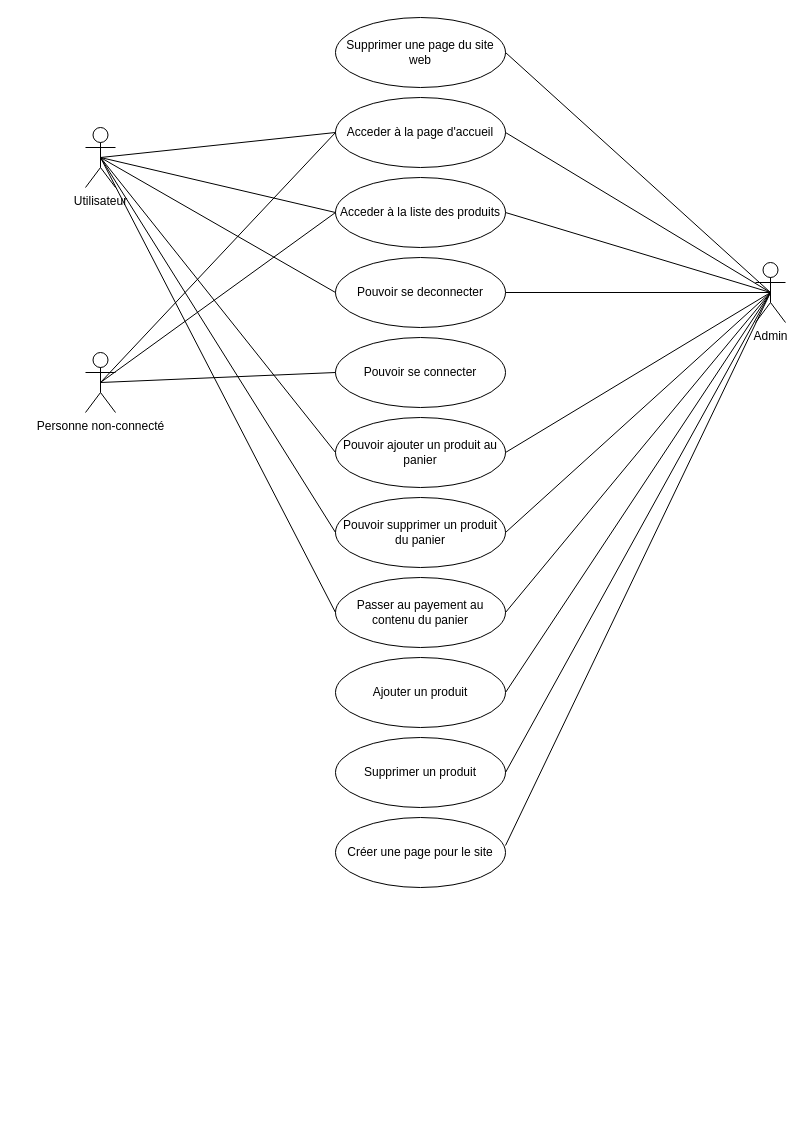
The draw.io diagram Documentation/Annexe/Usecase.drawio in AlexMargotCPNV/Mouse-to-House-BDD, before the edit. Source tidied: cells renumbered, new cells numbered last; positions are measured from the earlier drawing's top-left corner, leaving out a move shared by most shapes. Both pictures are drawn from the tidied source at 100%, with x=0, y=0 at pixel (85, 17).
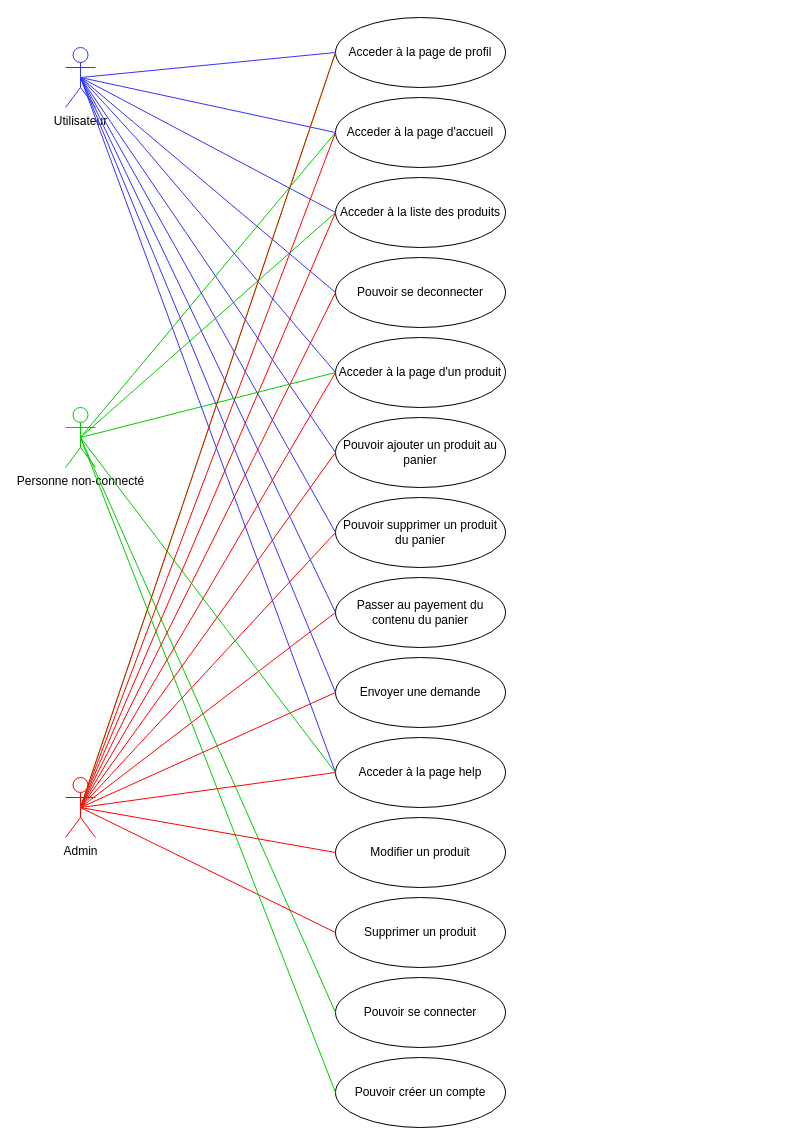
After the change.

The change refers to these unchanged cells:
```xml
<mxCell id="3" value="Acceder à la page d'accueil" style="ellipse;whiteSpace=wrap;html=1;" parent="1" vertex="1">
  <mxGeometry x="250" y="80" width="170" height="70" as="geometry" />
</mxCell>
<mxCell id="4" value="Acceder à la liste des produits" style="ellipse;whiteSpace=wrap;html=1;" parent="1" vertex="1">
  <mxGeometry x="250" y="160" width="170" height="70" as="geometry" />
</mxCell>
<mxCell id="5" value="Pouvoir se deconnecter" style="ellipse;whiteSpace=wrap;html=1;" parent="1" vertex="1">
  <mxGeometry x="250" y="240" width="170" height="70" as="geometry" />
</mxCell>
<mxCell id="18" value="Pouvoir ajouter un produit au panier" style="ellipse;whiteSpace=wrap;html=1;" parent="1" vertex="1">
  <mxGeometry x="250" y="400" width="170" height="70" as="geometry" />
</mxCell>
<mxCell id="19" value="Pouvoir supprimer un produit du panier" style="ellipse;whiteSpace=wrap;html=1;" parent="1" vertex="1">
  <mxGeometry x="250" y="480" width="170" height="70" as="geometry" />
</mxCell>
```

What changed in the source:
```diff
@@
-    <mxCell id="2" value="Utilisateur" style="shape=umlActor;verticalLabelPosition=bottom;verticalAlign=top;html=1;outlineConnect=0;" parent="1" vertex="1">
-      <mxGeometry y="110" width="30" height="60" as="geometry" />
+    <mxCell id="2" value="Utilisateur" style="shape=umlActor;verticalLabelPosition=bottom;verticalAlign=top;html=1;outlineConnect=0;fillColor=#FFFFFF;strokeColor=#3333FF;" parent="1" vertex="1">
+      <mxGeometry x="-20" y="30" width="30" height="60" as="geometry" />
     </mxCell>
@@
-    <mxCell id="6" style="endArrow=none;html=1;rounded=0;entryX=0;entryY=0.5;entryDx=0;entryDy=0;exitX=0.5;exitY=0.5;exitDx=0;exitDy=0;exitPerimeter=0;" parent="1" edge="1" source="2" target="3">
+    <mxCell id="6" style="endArrow=none;html=1;rounded=0;entryX=0;entryY=0.5;entryDx=0;entryDy=0;exitX=0.5;exitY=0.5;exitDx=0;exitDy=0;exitPerimeter=0;fillColor=#f8cecc;strokeColor=#3333FF;" parent="1" edge="1" source="2" target="3">
       <mxGeometry relative="1" as="geometry" />
     </mxCell>
-    <mxCell id="7" style="endArrow=none;html=1;rounded=0;entryX=0;entryY=0.5;entryDx=0;entryDy=0;exitX=0.5;exitY=0.5;exitDx=0;exitDy=0;exitPerimeter=0;" parent="1" edge="1" source="2" target="4">
+    <mxCell id="7" style="endArrow=none;html=1;rounded=0;entryX=0;entryY=0.5;entryDx=0;entryDy=0;exitX=0.5;exitY=0.5;exitDx=0;exitDy=0;exitPerimeter=0;fillColor=#f8cecc;strokeColor=#3333FF;" parent="1" edge="1" source="2" target="4">
       <mxGeometry relative="1" as="geometry" />
     </mxCell>
-    <mxCell id="8" style="endArrow=none;html=1;rounded=0;exitX=0;exitY=0.5;exitDx=0;exitDy=0;entryX=0.5;entryY=0.5;entryDx=0;entryDy=0;entryPerimeter=0;" parent="1" edge="1" source="5" target="2">
+    <mxCell id="8" style="endArrow=none;html=1;rounded=0;exitX=0;exitY=0.5;exitDx=0;exitDy=0;entryX=0.5;entryY=0.5;entryDx=0;entryDy=0;entryPerimeter=0;fillColor=#f8cecc;strokeColor=#3333FF;" parent="1" edge="1" source="5" target="2">
       <mxGeometry relative="1" as="geometry" />
     </mxCell>
-    <mxCell id="9" value="Personne non-connecté" style="shape=umlActor;verticalLabelPosition=bottom;verticalAlign=top;html=1;outlineConnect=0;" parent="1" vertex="1">
-      <mxGeometry y="335" width="30" height="60" as="geometry" />
+    <mxCell id="9" value="Personne non-connecté" style="shape=umlActor;verticalLabelPosition=bottom;verticalAlign=top;html=1;outlineConnect=0;strokeColor=#00CC00;" parent="1" vertex="1">
+      <mxGeometry x="-20" y="390" width="30" height="60" as="geometry" />
     </mxCell>
     <mxCell id="10" value="Pouvoir se connecter" style="ellipse;whiteSpace=wrap;html=1;" parent="1" vertex="1">
-      <mxGeometry x="250" y="320" width="170" height="70" as="geometry" />
+      <mxGeometry x="250" y="960" width="170" height="70" as="geometry" />
     </mxCell>
-    <mxCell id="11" style="endArrow=none;html=1;rounded=0;entryX=0;entryY=0.5;entryDx=0;entryDy=0;exitX=0.5;exitY=0.5;exitDx=0;exitDy=0;exitPerimeter=0;" parent="1" edge="1" source="9" target="3">
+    <mxCell id="11" style="endArrow=none;html=1;rounded=0;entryX=0;entryY=0.5;entryDx=0;entryDy=0;exitX=0.5;exitY=0.5;exitDx=0;exitDy=0;exitPerimeter=0;fillColor=#ffe6cc;strokeColor=#00CC00;" parent="1" edge="1" source="9" target="3">
       <mxGeometry relative="1" as="geometry" />
     </mxCell>
-    <mxCell id="12" style="endArrow=none;html=1;rounded=0;entryX=0;entryY=0.5;entryDx=0;entryDy=0;exitX=0.5;exitY=0.5;exitDx=0;exitDy=0;exitPerimeter=0;" parent="1" edge="1" source="9" target="4">
+    <mxCell id="12" style="endArrow=none;html=1;rounded=0;entryX=0;entryY=0.5;entryDx=0;entryDy=0;exitX=0.5;exitY=0.5;exitDx=0;exitDy=0;exitPerimeter=0;fillColor=#ffe6cc;strokeColor=#00CC00;" parent="1" edge="1" source="9" target="4">
       <mxGeometry relative="1" as="geometry" />
     </mxCell>
-    <mxCell id="13" style="endArrow=none;html=1;rounded=0;entryX=0;entryY=0.5;entryDx=0;entryDy=0;exitX=0.5;exitY=0.5;exitDx=0;exitDy=0;exitPerimeter=0;" parent="1" edge="1" source="9" target="10">
+    <mxCell id="13" style="endArrow=none;html=1;rounded=0;exitX=0.5;exitY=0.5;exitDx=0;exitDy=0;exitPerimeter=0;entryX=0;entryY=0.5;entryDx=0;entryDy=0;fillColor=#ffe6cc;strokeColor=#00CC00;" parent="1" edge="1" source="9" target="10">
       <mxGeometry relative="1" as="geometry" />
     </mxCell>
-    <mxCell id="14" value="Admin" style="shape=umlActor;verticalLabelPosition=bottom;verticalAlign=top;html=1;outlineConnect=0;" parent="1" vertex="1">
-      <mxGeometry x="670" y="245" width="30" height="60" as="geometry" />
+    <mxCell id="14" value="Admin" style="shape=umlActor;verticalLabelPosition=bottom;verticalAlign=top;html=1;outlineConnect=0;strokeColor=#FF0000;" parent="1" vertex="1">
+      <mxGeometry x="-20" y="760" width="30" height="60" as="geometry" />
     </mxCell>
-    <mxCell id="15" style="endArrow=none;html=1;rounded=0;entryX=1;entryY=0.5;entryDx=0;entryDy=0;exitX=0.5;exitY=0.5;exitDx=0;exitDy=0;exitPerimeter=0;" parent="1" edge="1" source="14" target="3">
-      <mxGeometry relative="1" as="geometry" />
+    <mxCell id="15" style="endArrow=none;html=1;rounded=0;exitX=0.5;exitY=0.5;exitDx=0;exitDy=0;exitPerimeter=0;strokeColor=#FF0000;" parent="1" edge="1" source="14">
+      <mxGeometry relative="1" as="geometry">
+        <mxPoint x="250" y="115" as="targetPoint" />
+      </mxGeometry>
     </mxCell>
-    <mxCell id="16" style="endArrow=none;html=1;rounded=0;exitX=1;exitY=0.5;exitDx=0;exitDy=0;entryX=0.5;entryY=0.5;entryDx=0;entryDy=0;entryPerimeter=0;" parent="1" edge="1" source="4" target="14">
+    <mxCell id="16" style="endArrow=none;html=1;rounded=0;exitX=0;exitY=0.5;exitDx=0;exitDy=0;entryX=0.5;entryY=0.5;entryDx=0;entryDy=0;entryPerimeter=0;strokeColor=#FF0000;" parent="1" edge="1" source="4" target="14">
       <mxGeometry relative="1" as="geometry" />
     </mxCell>
-    <mxCell id="17" style="endArrow=none;html=1;rounded=0;exitX=1;exitY=0.5;exitDx=0;exitDy=0;entryX=0.5;entryY=0.5;entryDx=0;entryDy=0;entryPerimeter=0;" parent="1" edge="1" source="5" target="14">
+    <mxCell id="17" style="endArrow=none;html=1;rounded=0;exitX=0;exitY=0.5;exitDx=0;exitDy=0;entryX=0.5;entryY=0.5;entryDx=0;entryDy=0;entryPerimeter=0;strokeColor=#FF0000;" parent="1" edge="1" source="5" target="14">
       <mxGeometry relative="1" as="geometry" />
     </mxCell>
@@
-    <mxCell id="20" style="endArrow=none;html=1;rounded=0;exitX=0;exitY=0.5;exitDx=0;exitDy=0;entryX=0.5;entryY=0.5;entryDx=0;entryDy=0;entryPerimeter=0;" parent="1" edge="1" source="18" target="2">
+    <mxCell id="20" style="endArrow=none;html=1;rounded=0;exitX=0;exitY=0.5;exitDx=0;exitDy=0;entryX=0.5;entryY=0.5;entryDx=0;entryDy=0;entryPerimeter=0;fillColor=#f8cecc;strokeColor=#3333FF;" parent="1" edge="1" source="18" target="2">
       <mxGeometry relative="1" as="geometry" />
     </mxCell>
-    <mxCell id="21" style="endArrow=none;html=1;rounded=0;exitX=0;exitY=0.5;exitDx=0;exitDy=0;entryX=0.5;entryY=0.5;entryDx=0;entryDy=0;entryPerimeter=0;" parent="1" edge="1" source="19" target="2">
+    <mxCell id="21" style="endArrow=none;html=1;rounded=0;exitX=0;exitY=0.5;exitDx=0;exitDy=0;entryX=0.5;entryY=0.5;entryDx=0;entryDy=0;entryPerimeter=0;fillColor=#f8cecc;strokeColor=#3333FF;" parent="1" edge="1" source="19" target="2">
       <mxGeometry relative="1" as="geometry" />
     </mxCell>
-    <mxCell id="22" value="Passer au payement au contenu du panier" style="ellipse;whiteSpace=wrap;html=1;" parent="1" vertex="1">
+    <mxCell id="22" value="Passer au payement du contenu du panier" style="ellipse;whiteSpace=wrap;html=1;" parent="1" vertex="1">
       <mxGeometry x="250" y="560" width="170" height="70" as="geometry" />
     </mxCell>
-    <mxCell id="23" style="endArrow=none;html=1;rounded=0;entryX=0;entryY=0.5;entryDx=0;entryDy=0;exitX=0.5;exitY=0.5;exitDx=0;exitDy=0;exitPerimeter=0;" parent="1" edge="1" source="2" target="22">
+    <mxCell id="23" style="endArrow=none;html=1;rounded=0;entryX=0;entryY=0.5;entryDx=0;entryDy=0;exitX=0.5;exitY=0.5;exitDx=0;exitDy=0;exitPerimeter=0;fillColor=#f8cecc;strokeColor=#3333FF;" parent="1" edge="1" source="2" target="22">
       <mxGeometry relative="1" as="geometry" />
     </mxCell>
-    <mxCell id="24" style="endArrow=none;html=1;rounded=0;entryX=1;entryY=0.5;entryDx=0;entryDy=0;exitX=0.5;exitY=0.5;exitDx=0;exitDy=0;exitPerimeter=0;" parent="1" edge="1" source="14" target="25">
-      <mxGeometry relative="1" as="geometry" />
-    </mxCell>
-    <mxCell id="25" value="Ajouter un produit" style="ellipse;whiteSpace=wrap;html=1;" parent="1" vertex="1">
-      <mxGeometry x="250" y="640" width="170" height="70" as="geometry" />
-    </mxCell>
     <mxCell id="26" value="Supprimer un produit" style="ellipse;whiteSpace=wrap;html=1;" parent="1" vertex="1">
-      <mxGeometry x="250" y="720" width="170" height="70" as="geometry" />
+      <mxGeometry x="250" y="880" width="170" height="70" as="geometry" />
     </mxCell>
-    <mxCell id="27" style="endArrow=none;html=1;rounded=0;entryX=1;entryY=0.5;entryDx=0;entryDy=0;exitX=0.5;exitY=0.5;exitDx=0;exitDy=0;exitPerimeter=0;" parent="1" edge="1" source="14" target="26">
+    <mxCell id="27" style="endArrow=none;html=1;rounded=0;exitX=0.5;exitY=0.5;exitDx=0;exitDy=0;exitPerimeter=0;entryX=0;entryY=0.5;entryDx=0;entryDy=0;strokeColor=#FF0000;" parent="1" edge="1" source="14" target="26">
       <mxGeometry relative="1" as="geometry" />
     </mxCell>
-    <mxCell id="28" value="Créer une page pour le site" style="ellipse;whiteSpace=wrap;html=1;" parent="1" vertex="1">
-      <mxGeometry x="250" y="800" width="170" height="70" as="geometry" />
-    </mxCell>
-    <mxCell id="29" value="Supprimer une page du site web" style="ellipse;whiteSpace=wrap;html=1;" parent="1" vertex="1">
-      <mxGeometry x="250" width="170" height="70" as="geometry" />
-    </mxCell>
-    <mxCell id="30" style="endArrow=none;html=1;rounded=0;entryX=1;entryY=0.5;entryDx=0;entryDy=0;exitX=0.5;exitY=0.5;exitDx=0;exitDy=0;exitPerimeter=0;" parent="1" edge="1" source="14" target="29">
-      <mxGeometry relative="1" as="geometry" />
-    </mxCell>
-    <mxCell id="31" style="endArrow=none;html=1;rounded=0;entryX=1;entryY=0.4;entryDx=0;entryDy=0;exitX=0.5;exitY=0.5;exitDx=0;exitDy=0;exitPerimeter=0;entryPerimeter=0;" parent="1" edge="1" source="14" target="28">
-      <mxGeometry relative="1" as="geometry" />
-    </mxCell>
-    <mxCell id="32" style="endArrow=none;html=1;rounded=0;entryX=1;entryY=0.5;entryDx=0;entryDy=0;exitX=0.5;exitY=0.5;exitDx=0;exitDy=0;exitPerimeter=0;" parent="1" edge="1" source="14" target="22">
+    <mxCell id="32" style="endArrow=none;html=1;rounded=0;entryX=0;entryY=0.5;entryDx=0;entryDy=0;exitX=0.5;exitY=0.5;exitDx=0;exitDy=0;exitPerimeter=0;strokeColor=#FF0000;" parent="1" edge="1" source="14" target="22">
       <mxGeometry relative="1" as="geometry" />
     </mxCell>
-    <mxCell id="33" style="endArrow=none;html=1;rounded=0;entryX=1;entryY=0.5;entryDx=0;entryDy=0;exitX=0.5;exitY=0.5;exitDx=0;exitDy=0;exitPerimeter=0;" parent="1" edge="1" source="14" target="19">
+    <mxCell id="33" style="endArrow=none;html=1;rounded=0;entryX=0;entryY=0.5;entryDx=0;entryDy=0;exitX=0.5;exitY=0.5;exitDx=0;exitDy=0;exitPerimeter=0;strokeColor=#FF0000;" parent="1" edge="1" source="14" target="19">
       <mxGeometry relative="1" as="geometry" />
     </mxCell>
-    <mxCell id="34" style="endArrow=none;html=1;rounded=0;entryX=1;entryY=0.5;entryDx=0;entryDy=0;exitX=0.5;exitY=0.5;exitDx=0;exitDy=0;exitPerimeter=0;" parent="1" edge="1" source="14" target="18">
+    <mxCell id="34" style="endArrow=none;html=1;rounded=0;exitX=0.5;exitY=0.5;exitDx=0;exitDy=0;exitPerimeter=0;entryX=0;entryY=0.5;entryDx=0;entryDy=0;strokeColor=#FF0000;" parent="1" edge="1" source="14" target="18">
       <mxGeometry relative="1" as="geometry" />
     </mxCell>
+    <mxCell id="35" value="Acceder à la page d'un produit" style="ellipse;whiteSpace=wrap;html=1;" parent="1" vertex="1">
+      <mxGeometry x="250" y="320" width="170" height="70" as="geometry" />
+    </mxCell>
+    <mxCell id="36" style="endArrow=none;html=1;rounded=0;exitX=0.5;exitY=0.5;exitDx=0;exitDy=0;exitPerimeter=0;entryX=0;entryY=0.5;entryDx=0;entryDy=0;fillColor=#ffe6cc;strokeColor=#00CC00;" parent="1" edge="1" source="9" target="35">
+      <mxGeometry relative="1" as="geometry" />
+    </mxCell>
+    <mxCell id="37" style="endArrow=none;html=1;rounded=0;exitX=0.5;exitY=0.5;exitDx=0;exitDy=0;exitPerimeter=0;entryX=0;entryY=0.5;entryDx=0;entryDy=0;fillColor=#f8cecc;strokeColor=#3333FF;" parent="1" edge="1" source="2" target="35">
+      <mxGeometry relative="1" as="geometry">
+        <Array as="points">
+          <mxPoint x="50" y="120" />
+        </Array>
+      </mxGeometry>
+    </mxCell>
+    <mxCell id="38" style="endArrow=none;html=1;rounded=0;entryX=0.5;entryY=0.5;entryDx=0;entryDy=0;entryPerimeter=0;exitX=0;exitY=0.5;exitDx=0;exitDy=0;strokeColor=#FF0000;" parent="1" edge="1" source="35" target="14">
+      <mxGeometry relative="1" as="geometry" />
+    </mxCell>
+    <mxCell id="39" value="Envoyer une demande" style="ellipse;whiteSpace=wrap;html=1;" parent="1" vertex="1">
+      <mxGeometry x="250" y="640" width="170" height="70" as="geometry" />
+    </mxCell>
+    <mxCell id="40" style="endArrow=none;html=1;rounded=0;exitX=0.5;exitY=0.5;exitDx=0;exitDy=0;exitPerimeter=0;entryX=0;entryY=0.5;entryDx=0;entryDy=0;fillColor=#f8cecc;strokeColor=#3333FF;" parent="1" edge="1" source="2" target="39">
+      <mxGeometry relative="1" as="geometry" />
+    </mxCell>
+    <mxCell id="41" style="endArrow=none;html=1;rounded=0;entryX=0;entryY=0.5;entryDx=0;entryDy=0;exitX=0.5;exitY=0.5;exitDx=0;exitDy=0;exitPerimeter=0;strokeColor=#FF0000;" parent="1" edge="1" source="14" target="39">
+      <mxGeometry relative="1" as="geometry" />
+    </mxCell>
+    <mxCell id="42" value="Pouvoir créer un compte" style="ellipse;whiteSpace=wrap;html=1;" parent="1" vertex="1">
+      <mxGeometry x="250" y="1040" width="170" height="70" as="geometry" />
+    </mxCell>
+    <mxCell id="43" style="endArrow=none;html=1;rounded=0;exitX=0.5;exitY=0.5;exitDx=0;exitDy=0;exitPerimeter=0;entryX=0;entryY=0.5;entryDx=0;entryDy=0;fillColor=#ffe6cc;strokeColor=#00CC00;" parent="1" edge="1" source="9" target="42">
+      <mxGeometry relative="1" as="geometry" />
+    </mxCell>
+    <mxCell id="44" value="Acceder à la page help" style="ellipse;whiteSpace=wrap;html=1;" parent="1" vertex="1">
+      <mxGeometry x="250" y="720" width="170" height="70" as="geometry" />
+    </mxCell>
+    <mxCell id="45" style="endArrow=none;html=1;rounded=0;entryX=0;entryY=0.5;entryDx=0;entryDy=0;exitX=0.5;exitY=0.5;exitDx=0;exitDy=0;exitPerimeter=0;fillColor=#f8cecc;strokeColor=#3333FF;" parent="1" edge="1" source="2" target="44">
+      <mxGeometry relative="1" as="geometry" />
+    </mxCell>
+    <mxCell id="46" style="endArrow=none;html=1;rounded=0;entryX=0;entryY=0.5;entryDx=0;entryDy=0;exitX=0.5;exitY=0.5;exitDx=0;exitDy=0;exitPerimeter=0;strokeColor=#FF0000;" parent="1" edge="1" source="14" target="44">
+      <mxGeometry relative="1" as="geometry" />
+    </mxCell>
+    <mxCell id="47" style="endArrow=none;html=1;rounded=0;entryX=0;entryY=0.5;entryDx=0;entryDy=0;exitX=0.5;exitY=0.5;exitDx=0;exitDy=0;exitPerimeter=0;fillColor=#ffe6cc;strokeColor=#00CC00;" parent="1" edge="1" source="9" target="44">
+      <mxGeometry relative="1" as="geometry" />
+    </mxCell>
+    <mxCell id="48" value="Modifier un produit" style="ellipse;whiteSpace=wrap;html=1;" parent="1" vertex="1">
+      <mxGeometry x="250" y="800" width="170" height="70" as="geometry" />
+    </mxCell>
+    <mxCell id="49" style="endArrow=none;html=1;rounded=0;exitX=0.5;exitY=0.5;exitDx=0;exitDy=0;exitPerimeter=0;entryX=0;entryY=0.5;entryDx=0;entryDy=0;strokeColor=#FF0000;" parent="1" edge="1" source="14" target="48">
+      <mxGeometry relative="1" as="geometry" />
+    </mxCell>
+    <mxCell id="50" value="Acceder à la page de profil" style="ellipse;whiteSpace=wrap;html=1;" parent="1" vertex="1">
+      <mxGeometry x="250" width="170" height="70" as="geometry" />
+    </mxCell>
+    <mxCell id="51" style="endArrow=none;html=1;rounded=0;exitX=0.5;exitY=0.5;exitDx=0;exitDy=0;exitPerimeter=0;entryX=0;entryY=0.5;entryDx=0;entryDy=0;fillColor=#f8cecc;strokeColor=#3333FF;" parent="1" edge="1" source="2" target="50">
+      <mxGeometry relative="1" as="geometry" />
+    </mxCell>
+    <mxCell id="52" style="endArrow=none;html=1;rounded=0;exitX=0.5;exitY=0.5;exitDx=0;exitDy=0;exitPerimeter=0;entryX=0;entryY=0.5;entryDx=0;entryDy=0;strokeColor=#00FF00;" parent="1" edge="1" source="14" target="50">
+      <mxGeometry relative="1" as="geometry" />
+    </mxCell>
+    <mxCell id="53" style="endArrow=none;html=1;rounded=0;exitX=0.5;exitY=0.5;exitDx=0;exitDy=0;exitPerimeter=0;entryX=0;entryY=0.5;entryDx=0;entryDy=0;strokeColor=#FF0000;" parent="1" edge="1">
+      <mxGeometry relative="1" as="geometry">
+        <mxPoint x="-5" y="790" as="sourcePoint" />
+        <mxPoint x="250" y="35" as="targetPoint" />
+      </mxGeometry>
+    </mxCell>
```
